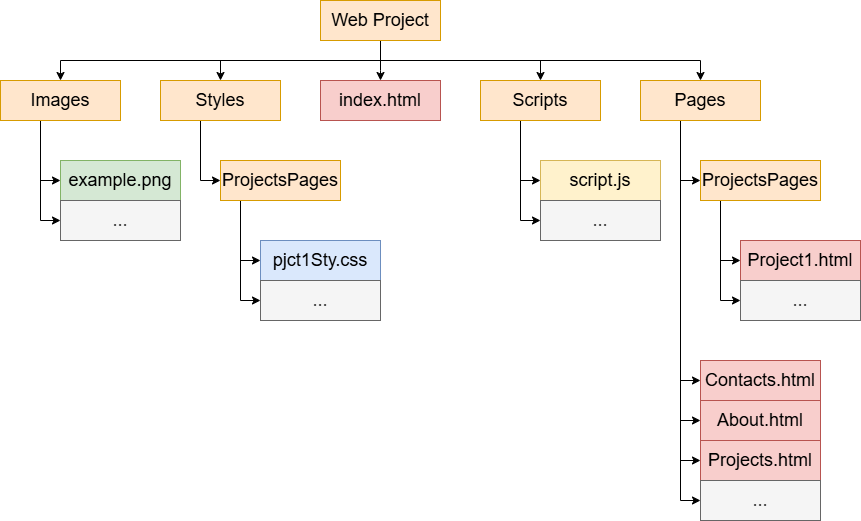
Above: Images/folderLayout.png in Neema-Fanaie/Web-Project (draw.io), before the change. Source tidied: cells renumbered, new cells last; positions are measured from the earlier drawing's top-left corner, leaving out a move shared by most shapes.
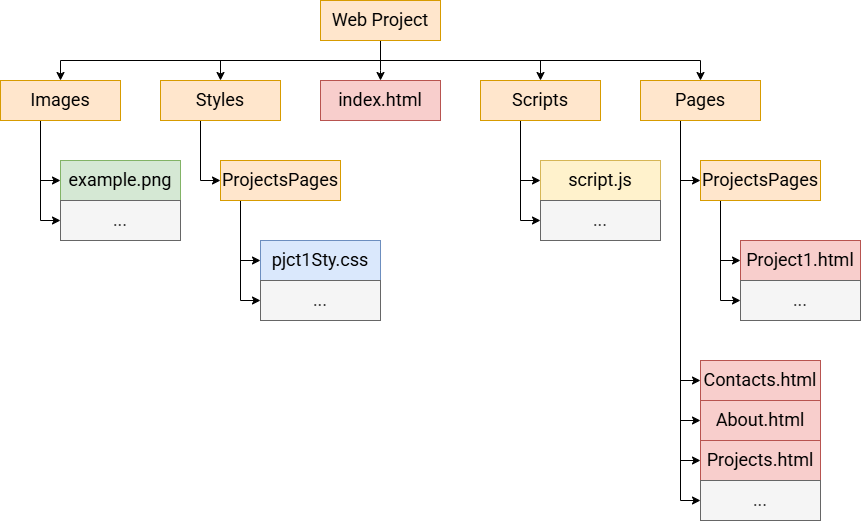
The same diagram one commit later.

The edit, as a diff of the source:
```diff
@@ -42,7 +42,7 @@
         </Array>
       </mxGeometry>
     </mxCell>
-    <mxCell id="7" value="&lt;font style=&quot;font-size: 18px;&quot;&gt;Web Project&lt;/font&gt;" style="rounded=0;whiteSpace=wrap;html=1;fillColor=#ffe6cc;strokeColor=#d79b00;" parent="1" vertex="1">
+    <mxCell id="7" value="&lt;font face=&quot;Roboto&quot; style=&quot;font-size: 18px;&quot;&gt;Web Project&lt;/font&gt;" style="rounded=0;whiteSpace=wrap;html=1;fillColor=#ffe6cc;strokeColor=#d79b00;" parent="1" vertex="1">
       <mxGeometry x="320" width="120" height="40" as="geometry" />
     </mxCell>
     <mxCell id="8" style="edgeStyle=orthogonalEdgeStyle;rounded=0;jettySize=auto;html=1;entryX=0;entryY=0.5;entryDx=0;entryDy=0;" parent="1" edge="1" source="13" target="24">
@@ -80,7 +80,7 @@
         </Array>
       </mxGeometry>
     </mxCell>
-    <mxCell id="13" value="&lt;font style=&quot;font-size: 18px;&quot;&gt;Pages&lt;/font&gt;" style="rounded=0;whiteSpace=wrap;html=1;fillColor=#ffe6cc;strokeColor=#d79b00;" parent="1" vertex="1">
+    <mxCell id="13" value="&lt;font style=&quot;font-size: 18px;&quot;&gt;Pages&lt;/font&gt;" style="rounded=0;whiteSpace=wrap;html=1;fillColor=#ffe6cc;strokeColor=#d79b00;fontFamily=Roboto;fontSource=https%3A%2F%2Ffonts.googleapis.com%2Fcss%3Ffamily%3DRoboto;" parent="1" vertex="1">
       <mxGeometry x="640" y="80" width="120" height="40" as="geometry" />
     </mxCell>
     <mxCell id="14" style="edgeStyle=orthogonalEdgeStyle;rounded=0;jettySize=auto;html=1;entryX=0;entryY=0.5;entryDx=0;entryDy=0;" parent="1" edge="1" source="16" target="29">
@@ -97,7 +97,7 @@
         </Array>
       </mxGeometry>
     </mxCell>
-    <mxCell id="16" value="&lt;span style=&quot;font-size: 18px;&quot;&gt;Scripts&lt;/span&gt;" style="rounded=0;whiteSpace=wrap;html=1;fillColor=#ffe6cc;strokeColor=#d79b00;" parent="1" vertex="1">
+    <mxCell id="16" value="&lt;span style=&quot;font-size: 18px;&quot;&gt;&lt;font&gt;Scripts&lt;/font&gt;&lt;/span&gt;" style="rounded=0;whiteSpace=wrap;html=1;fillColor=#ffe6cc;strokeColor=#d79b00;fontFamily=Roboto;fontSource=https%3A%2F%2Ffonts.googleapis.com%2Fcss%3Ffamily%3DRoboto;" parent="1" vertex="1">
       <mxGeometry x="480" y="80" width="120" height="40" as="geometry" />
     </mxCell>
     <mxCell id="17" style="edgeStyle=orthogonalEdgeStyle;rounded=0;jettySize=auto;html=1;entryX=0;entryY=0.5;entryDx=0;entryDy=0;" parent="1" edge="1" source="18" target="33">
@@ -107,16 +107,16 @@
         </Array>
       </mxGeometry>
     </mxCell>
-    <mxCell id="18" value="&lt;font style=&quot;font-size: 18px;&quot;&gt;Styles&lt;/font&gt;" style="rounded=0;whiteSpace=wrap;html=1;fillColor=#ffe6cc;strokeColor=#d79b00;" parent="1" vertex="1">
+    <mxCell id="18" value="&lt;font face=&quot;Roboto&quot; style=&quot;font-size: 18px;&quot;&gt;Styles&lt;/font&gt;" style="rounded=0;whiteSpace=wrap;html=1;fillColor=#ffe6cc;strokeColor=#d79b00;" parent="1" vertex="1">
       <mxGeometry x="160" y="80" width="120" height="40" as="geometry" />
     </mxCell>
-    <mxCell id="19" value="&lt;font style=&quot;font-size: 18px;&quot;&gt;Contacts.html&lt;/font&gt;" style="rounded=0;whiteSpace=wrap;html=1;fillColor=#f8cecc;strokeColor=#b85450;" parent="1" vertex="1">
+    <mxCell id="19" value="&lt;font style=&quot;font-size: 18px;&quot;&gt;Contacts.html&lt;/font&gt;" style="rounded=0;whiteSpace=wrap;html=1;fillColor=#f8cecc;strokeColor=#b85450;fontFamily=Roboto;fontSource=https%3A%2F%2Ffonts.googleapis.com%2Fcss%3Ffamily%3DRoboto;" parent="1" vertex="1">
       <mxGeometry x="700" y="360" width="120" height="40" as="geometry" />
     </mxCell>
-    <mxCell id="20" value="&lt;font style=&quot;font-size: 18px;&quot;&gt;About.html&lt;/font&gt;" style="rounded=0;whiteSpace=wrap;html=1;fillColor=#f8cecc;strokeColor=#b85450;" parent="1" vertex="1">
+    <mxCell id="20" value="&lt;font style=&quot;font-size: 18px;&quot;&gt;About.html&lt;/font&gt;" style="rounded=0;whiteSpace=wrap;html=1;fillColor=#f8cecc;strokeColor=#b85450;fontFamily=Roboto;fontSource=https%3A%2F%2Ffonts.googleapis.com%2Fcss%3Ffamily%3DRoboto;" parent="1" vertex="1">
       <mxGeometry x="700" y="400" width="120" height="40" as="geometry" />
     </mxCell>
-    <mxCell id="21" value="&lt;font style=&quot;font-size: 18px;&quot;&gt;Projects.html&lt;/font&gt;" style="rounded=0;whiteSpace=wrap;html=1;fillColor=#f8cecc;strokeColor=#b85450;" parent="1" vertex="1">
+    <mxCell id="21" value="&lt;font style=&quot;font-size: 18px;&quot;&gt;Projects.html&lt;/font&gt;" style="rounded=0;whiteSpace=wrap;html=1;fillColor=#f8cecc;strokeColor=#b85450;fontFamily=Roboto;fontSource=https%3A%2F%2Ffonts.googleapis.com%2Fcss%3Ffamily%3DRoboto;" parent="1" vertex="1">
       <mxGeometry x="700" y="440" width="120" height="40" as="geometry" />
     </mxCell>
     <mxCell id="22" style="edgeStyle=orthogonalEdgeStyle;rounded=0;jettySize=auto;html=1;entryX=0;entryY=0.5;entryDx=0;entryDy=0;" parent="1" edge="1" source="24" target="25">
@@ -133,25 +133,25 @@
         </Array>
       </mxGeometry>
     </mxCell>
-    <mxCell id="24" value="&lt;font style=&quot;font-size: 18px;&quot;&gt;ProjectsPages&lt;/font&gt;" style="rounded=0;whiteSpace=wrap;html=1;fillColor=#ffe6cc;strokeColor=#d79b00;" parent="1" vertex="1">
+    <mxCell id="24" value="&lt;font style=&quot;font-size: 18px;&quot;&gt;ProjectsPages&lt;/font&gt;" style="rounded=0;whiteSpace=wrap;html=1;fillColor=#ffe6cc;strokeColor=#d79b00;fontFamily=Roboto;fontSource=https%3A%2F%2Ffonts.googleapis.com%2Fcss%3Ffamily%3DRoboto;" parent="1" vertex="1">
       <mxGeometry x="700" y="160" width="120" height="40" as="geometry" />
     </mxCell>
-    <mxCell id="25" value="&lt;font style=&quot;font-size: 18px;&quot;&gt;Project1.html&lt;/font&gt;" style="rounded=0;whiteSpace=wrap;html=1;fillColor=#f8cecc;strokeColor=#b85450;" parent="1" vertex="1">
+    <mxCell id="25" value="&lt;font style=&quot;font-size: 18px;&quot;&gt;Project1.html&lt;/font&gt;" style="rounded=0;whiteSpace=wrap;html=1;fillColor=#f8cecc;strokeColor=#b85450;fontFamily=Roboto;fontSource=https%3A%2F%2Ffonts.googleapis.com%2Fcss%3Ffamily%3DRoboto;" parent="1" vertex="1">
       <mxGeometry x="740" y="240" width="120" height="40" as="geometry" />
     </mxCell>
-    <mxCell id="26" value="&lt;span style=&quot;font-size: 18px;&quot;&gt;...&lt;/span&gt;" style="rounded=0;whiteSpace=wrap;html=1;fillColor=#f5f5f5;strokeColor=#666666;fontColor=#333333;" parent="1" vertex="1">
+    <mxCell id="26" value="&lt;span style=&quot;font-size: 18px;&quot;&gt;...&lt;/span&gt;" style="rounded=0;whiteSpace=wrap;html=1;fillColor=#f5f5f5;strokeColor=#666666;fontColor=#333333;fontFamily=Roboto;fontSource=https%3A%2F%2Ffonts.googleapis.com%2Fcss%3Ffamily%3DRoboto;" parent="1" vertex="1">
       <mxGeometry x="740" y="280" width="120" height="40" as="geometry" />
     </mxCell>
-    <mxCell id="27" value="&lt;span style=&quot;font-size: 18px;&quot;&gt;...&lt;/span&gt;" style="rounded=0;whiteSpace=wrap;html=1;fillColor=#f5f5f5;strokeColor=#666666;fontColor=#333333;" parent="1" vertex="1">
+    <mxCell id="27" value="&lt;span style=&quot;font-size: 18px;&quot;&gt;...&lt;/span&gt;" style="rounded=0;whiteSpace=wrap;html=1;fillColor=#f5f5f5;strokeColor=#666666;fontColor=#333333;fontFamily=Roboto;fontSource=https%3A%2F%2Ffonts.googleapis.com%2Fcss%3Ffamily%3DRoboto;" parent="1" vertex="1">
       <mxGeometry x="700" y="480" width="120" height="40" as="geometry" />
     </mxCell>
-    <mxCell id="28" value="&lt;font style=&quot;font-size: 18px;&quot;&gt;index.html&lt;/font&gt;" style="rounded=0;whiteSpace=wrap;html=1;fillColor=#f8cecc;strokeColor=#b85450;" parent="1" vertex="1">
+    <mxCell id="28" value="&lt;font face=&quot;Roboto&quot; style=&quot;font-size: 18px;&quot;&gt;index.html&lt;/font&gt;" style="rounded=0;whiteSpace=wrap;html=1;fillColor=#f8cecc;strokeColor=#b85450;" parent="1" vertex="1">
       <mxGeometry x="320" y="80" width="120" height="40" as="geometry" />
     </mxCell>
-    <mxCell id="29" value="&lt;font style=&quot;font-size: 18px;&quot;&gt;script.js&lt;/font&gt;" style="rounded=0;whiteSpace=wrap;html=1;fillColor=#fff2cc;strokeColor=#d6b656;" parent="1" vertex="1">
+    <mxCell id="29" value="&lt;font style=&quot;font-size: 18px;&quot;&gt;script.js&lt;/font&gt;" style="rounded=0;whiteSpace=wrap;html=1;fillColor=#fff2cc;strokeColor=#d6b656;fontFamily=Roboto;fontSource=https%3A%2F%2Ffonts.googleapis.com%2Fcss%3Ffamily%3DRoboto;" parent="1" vertex="1">
       <mxGeometry x="540" y="160" width="120" height="40" as="geometry" />
     </mxCell>
-    <mxCell id="30" value="&lt;span style=&quot;font-size: 18px;&quot;&gt;...&lt;/span&gt;" style="rounded=0;whiteSpace=wrap;html=1;fillColor=#f5f5f5;strokeColor=#666666;fontColor=#333333;" parent="1" vertex="1">
+    <mxCell id="30" value="&lt;span style=&quot;font-size: 18px;&quot;&gt;...&lt;/span&gt;" style="rounded=0;whiteSpace=wrap;html=1;fillColor=#f5f5f5;strokeColor=#666666;fontColor=#333333;fontFamily=Roboto;fontSource=https%3A%2F%2Ffonts.googleapis.com%2Fcss%3Ffamily%3DRoboto;" parent="1" vertex="1">
       <mxGeometry x="540" y="200" width="120" height="40" as="geometry" />
     </mxCell>
     <mxCell id="31" style="edgeStyle=orthogonalEdgeStyle;rounded=0;jettySize=auto;html=1;entryX=0;entryY=0.5;entryDx=0;entryDy=0;" parent="1" edge="1" source="33" target="34">
@@ -168,13 +168,13 @@
         </Array>
       </mxGeometry>
     </mxCell>
-    <mxCell id="33" value="&lt;font style=&quot;font-size: 18px;&quot;&gt;ProjectsPages&lt;/font&gt;" style="rounded=0;whiteSpace=wrap;html=1;fillColor=#ffe6cc;strokeColor=#d79b00;" parent="1" vertex="1">
+    <mxCell id="33" value="&lt;font face=&quot;Roboto&quot; style=&quot;font-size: 18px;&quot;&gt;ProjectsPages&lt;/font&gt;" style="rounded=0;whiteSpace=wrap;html=1;fillColor=#ffe6cc;strokeColor=#d79b00;" parent="1" vertex="1">
       <mxGeometry x="220" y="160" width="120" height="40" as="geometry" />
     </mxCell>
-    <mxCell id="34" value="&lt;font style=&quot;font-size: 18px;&quot;&gt;pjct1Sty.css&lt;/font&gt;" style="rounded=0;whiteSpace=wrap;html=1;fillColor=#dae8fc;strokeColor=#6c8ebf;" parent="1" vertex="1">
+    <mxCell id="34" value="&lt;font face=&quot;Roboto&quot; style=&quot;font-size: 18px;&quot;&gt;pjct1Sty.css&lt;/font&gt;" style="rounded=0;whiteSpace=wrap;html=1;fillColor=#dae8fc;strokeColor=#6c8ebf;" parent="1" vertex="1">
       <mxGeometry x="260" y="240" width="120" height="40" as="geometry" />
     </mxCell>
-    <mxCell id="35" value="&lt;span style=&quot;font-size: 18px;&quot;&gt;...&lt;/span&gt;" style="rounded=0;whiteSpace=wrap;html=1;fillColor=#f5f5f5;strokeColor=#666666;fontColor=#333333;" parent="1" vertex="1">
+    <mxCell id="35" value="&lt;span style=&quot;font-size: 18px;&quot;&gt;&lt;font face=&quot;Roboto&quot;&gt;...&lt;/font&gt;&lt;/span&gt;" style="rounded=0;whiteSpace=wrap;html=1;fillColor=#f5f5f5;strokeColor=#666666;fontColor=#333333;" parent="1" vertex="1">
       <mxGeometry x="260" y="280" width="120" height="40" as="geometry" />
     </mxCell>
     <mxCell id="36" style="edgeStyle=orthogonalEdgeStyle;rounded=0;jettySize=auto;html=1;entryX=0;entryY=0.5;entryDx=0;entryDy=0;" parent="1" edge="1" source="38" target="39">
@@ -191,13 +191,13 @@
         </Array>
       </mxGeometry>
     </mxCell>
-    <mxCell id="38" value="&lt;span style=&quot;font-size: 18px;&quot;&gt;Images&lt;/span&gt;" style="rounded=0;whiteSpace=wrap;html=1;fillColor=#ffe6cc;strokeColor=#d79b00;" parent="1" vertex="1">
+    <mxCell id="38" value="&lt;span style=&quot;font-size: 18px;&quot;&gt;&lt;font face=&quot;Roboto&quot;&gt;Images&lt;/font&gt;&lt;/span&gt;" style="rounded=0;whiteSpace=wrap;html=1;fillColor=#ffe6cc;strokeColor=#d79b00;" parent="1" vertex="1">
       <mxGeometry y="80" width="120" height="40" as="geometry" />
     </mxCell>
-    <mxCell id="39" value="&lt;span style=&quot;font-size: 18px;&quot;&gt;example.png&lt;/span&gt;" style="rounded=0;whiteSpace=wrap;html=1;fillColor=#d5e8d4;strokeColor=#82b366;" parent="1" vertex="1">
+    <mxCell id="39" value="&lt;span style=&quot;font-size: 18px;&quot;&gt;&lt;font face=&quot;Roboto&quot;&gt;example.png&lt;/font&gt;&lt;/span&gt;" style="rounded=0;whiteSpace=wrap;html=1;fillColor=#d5e8d4;strokeColor=#82b366;" parent="1" vertex="1">
       <mxGeometry x="60" y="160" width="120" height="40" as="geometry" />
     </mxCell>
-    <mxCell id="40" value="&lt;span style=&quot;font-size: 18px;&quot;&gt;...&lt;/span&gt;" style="rounded=0;whiteSpace=wrap;html=1;fillColor=#f5f5f5;strokeColor=#666666;fontColor=#333333;" parent="1" vertex="1">
+    <mxCell id="40" value="&lt;span style=&quot;font-size: 18px;&quot;&gt;&lt;font face=&quot;Roboto&quot;&gt;...&lt;/font&gt;&lt;/span&gt;" style="rounded=0;whiteSpace=wrap;html=1;fillColor=#f5f5f5;strokeColor=#666666;fontColor=#333333;" parent="1" vertex="1">
       <mxGeometry x="60" y="200" width="120" height="40" as="geometry" />
     </mxCell>
   </root>
```
